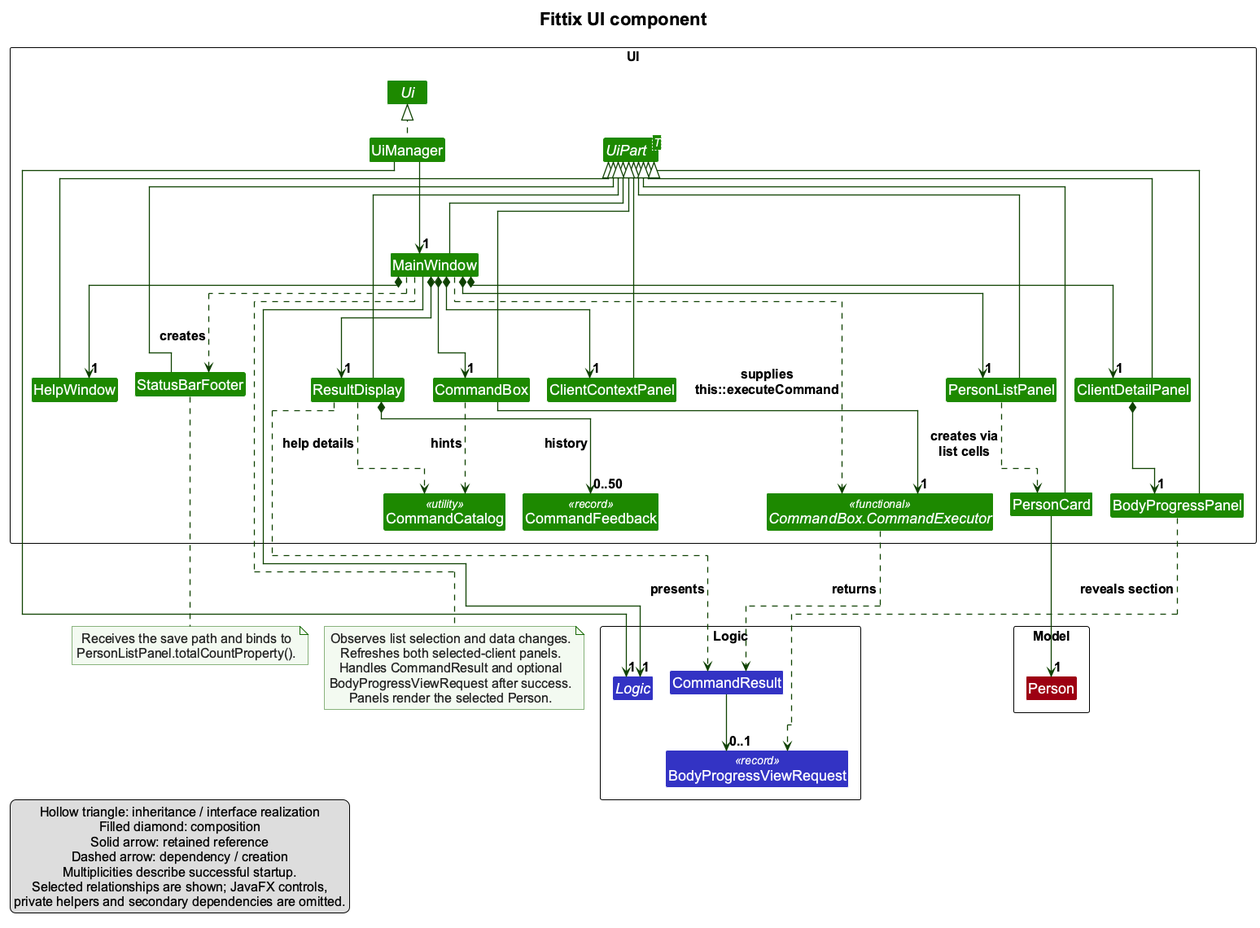
Above: docs/images/UiClassDiagram.png in AY2627S1-CS2103T-T14-1/tp (PlantUML), before the change.
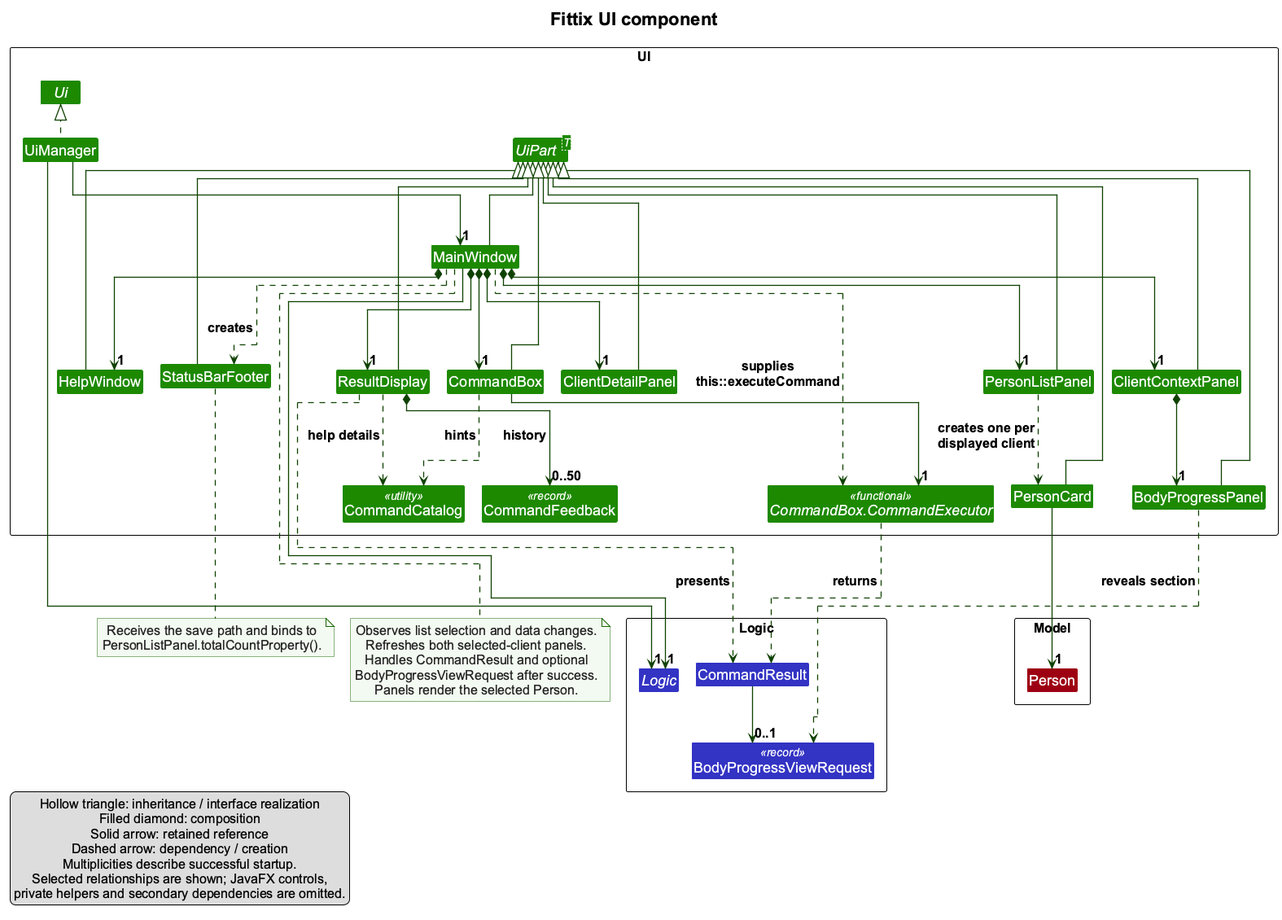
Later version of the same file.

Commit message:
Re-render the UI class diagram for the redesigned workspace

What changed in the source:
```diff
@@ -66,10 +66,10 @@
 MainWindow *-down-> "1" CommandBox
 MainWindow *-down-> "1" ResultDisplay
 MainWindow *--> "1" HelpWindow
-ClientDetailPanel *-down-> "1" BodyProgressPanel
+ClientContextPanel *-down-> "1" BodyProgressPanel
 
 MainWindow ..> StatusBarFooter : creates
-PersonListPanel ..> PersonCard : creates via\nlist cells
+PersonListPanel ..> PersonCard : creates one per\ndisplayed client
 
 MainWindow -up-|> UiPart
 PersonListPanel -up-|> UiPart
```
